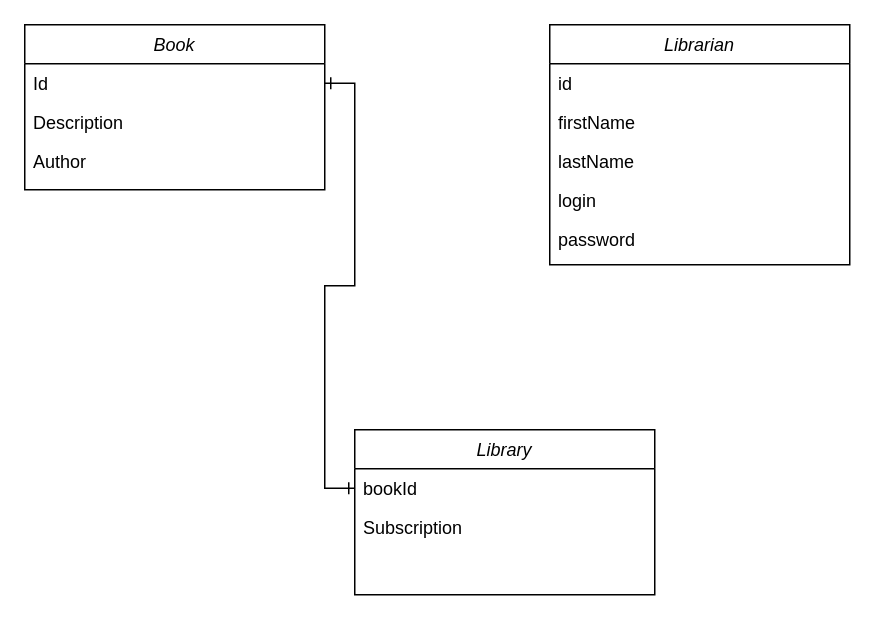
The draw.io diagram LibraryClasses.drawio in Deeathwiing/brackets, before the edit. Source tidied: cells renumbered, new cells numbered last; positions are measured from the earlier drawing's top-left corner, leaving out a move shared by most shapes. Both pictures are drawn from the tidied source at 150%, with x=0, y=0 at pixel (24, 24).
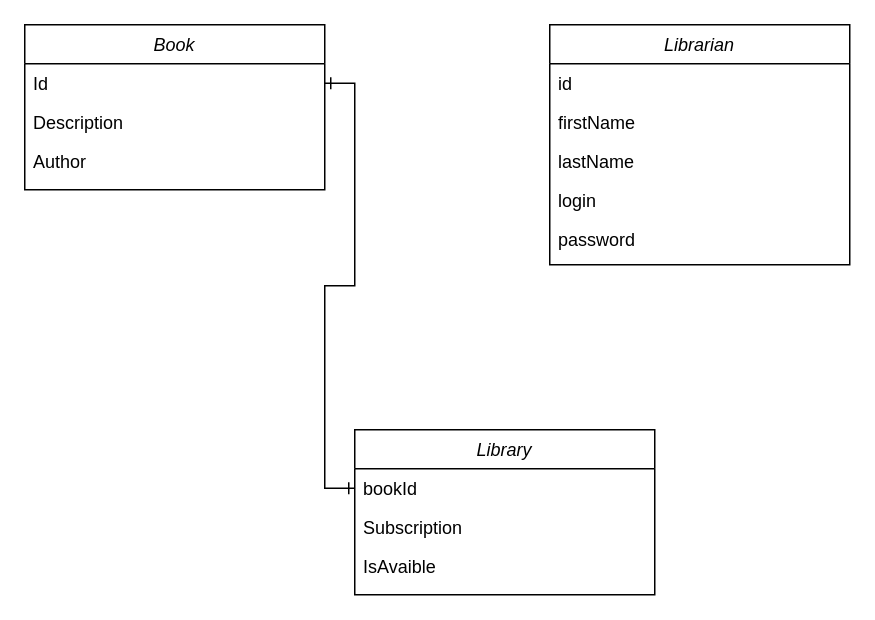
The same page after the edit.

Change to the diagram source:
```diff
@@
 <mxGraphModel>
   <root>
     <mxCell id="0" />
     <mxCell id="1" parent="0" />
     <mxCell id="2" value="Book" style="swimlane;fontStyle=2;align=center;verticalAlign=top;horizontal=1;startSize=26;rounded=0;shadow=0;strokeWidth=1;" parent="1" vertex="1">
       <mxGeometry width="200" height="110" as="geometry" />
     </mxCell>
     <mxCell id="3" value="Id" style="text;align=left;verticalAlign=top;spacingLeft=4;spacingRight=4;overflow=hidden;points=[[0,0.5],[1,0.5]];portConstraint=eastwest;" parent="2" vertex="1">
       <mxGeometry y="26" width="200" height="26" as="geometry" />
     </mxCell>
     <mxCell id="4" value="Description" style="text;align=left;verticalAlign=top;spacingLeft=4;spacingRight=4;overflow=hidden;rounded=0;shadow=0;html=0;" parent="2" vertex="1">
       <mxGeometry y="52" width="200" height="26" as="geometry" />
     </mxCell>
     <mxCell id="5" value="Author" style="text;align=left;verticalAlign=top;spacingLeft=4;spacingRight=4;overflow=hidden;rounded=0;shadow=0;html=0;" parent="2" vertex="1">
       <mxGeometry y="78" width="200" height="26" as="geometry" />
     </mxCell>
     <mxCell id="6" value="Librarian" style="swimlane;fontStyle=2;align=center;verticalAlign=top;horizontal=1;startSize=26;rounded=0;shadow=0;strokeWidth=1;" parent="1" vertex="1">
       <mxGeometry x="350" width="200" height="160" as="geometry" />
     </mxCell>
     <mxCell id="7" value="id " style="text;align=left;verticalAlign=top;spacingLeft=4;spacingRight=4;overflow=hidden;" parent="6" vertex="1">
       <mxGeometry y="26" width="200" height="26" as="geometry" />
     </mxCell>
     <mxCell id="8" value="firstName" style="text;align=left;verticalAlign=top;spacingLeft=4;spacingRight=4;overflow=hidden;rounded=0;shadow=0;html=0;" parent="6" vertex="1">
       <mxGeometry y="52" width="200" height="26" as="geometry" />
     </mxCell>
     <mxCell id="9" value="lastName" style="text;align=left;verticalAlign=top;spacingLeft=4;spacingRight=4;overflow=hidden;rounded=0;shadow=0;html=0;" parent="6" vertex="1">
       <mxGeometry y="78" width="200" height="26" as="geometry" />
     </mxCell>
     <mxCell id="10" value="login" style="text;align=left;verticalAlign=top;spacingLeft=4;spacingRight=4;overflow=hidden;rounded=0;shadow=0;html=0;" parent="6" vertex="1">
       <mxGeometry y="104" width="200" height="26" as="geometry" />
     </mxCell>
     <mxCell id="11" value="password" style="text;align=left;verticalAlign=top;spacingLeft=4;spacingRight=4;overflow=hidden;rounded=0;shadow=0;html=0;" parent="6" vertex="1">
       <mxGeometry y="130" width="200" height="26" as="geometry" />
     </mxCell>
     <mxCell id="12" value="Library" style="swimlane;fontStyle=2;align=center;verticalAlign=top;horizontal=1;startSize=26;rounded=0;shadow=0;strokeWidth=1;" parent="1" vertex="1">
       <mxGeometry x="220" y="270" width="200" height="110" as="geometry" />
     </mxCell>
     <mxCell id="13" value="bookId" style="text;align=left;verticalAlign=top;spacingLeft=4;spacingRight=4;overflow=hidden;points=[[0,0.5],[1,0.5]];portConstraint=eastwest;" parent="12" vertex="1">
       <mxGeometry y="26" width="200" height="26" as="geometry" />
     </mxCell>
     <mxCell id="14" value="Subscription" style="text;align=left;verticalAlign=top;spacingLeft=4;spacingRight=4;overflow=hidden;rounded=0;shadow=0;html=0;" parent="12" vertex="1">
       <mxGeometry y="52" width="200" height="26" as="geometry" />
     </mxCell>
+    <mxCell id="16" value="IsAvaible" style="text;align=left;verticalAlign=top;spacingLeft=4;spacingRight=4;overflow=hidden;rounded=0;shadow=0;html=0;" parent="12" vertex="1">
+      <mxGeometry y="78" width="200" height="26" as="geometry" />
+    </mxCell>
     <mxCell id="15" style="edgeStyle=orthogonalEdgeStyle;rounded=0;jettySize=auto;html=1;entryX=0;entryY=0.5;entryDx=0;entryDy=0;endArrow=ERone;endFill=0;startArrow=ERone;startFill=0;" parent="1" edge="1" source="3" target="13">
       <mxGeometry relative="1" as="geometry" />
     </mxCell>
   </root>
 </mxGraphModel>
```
